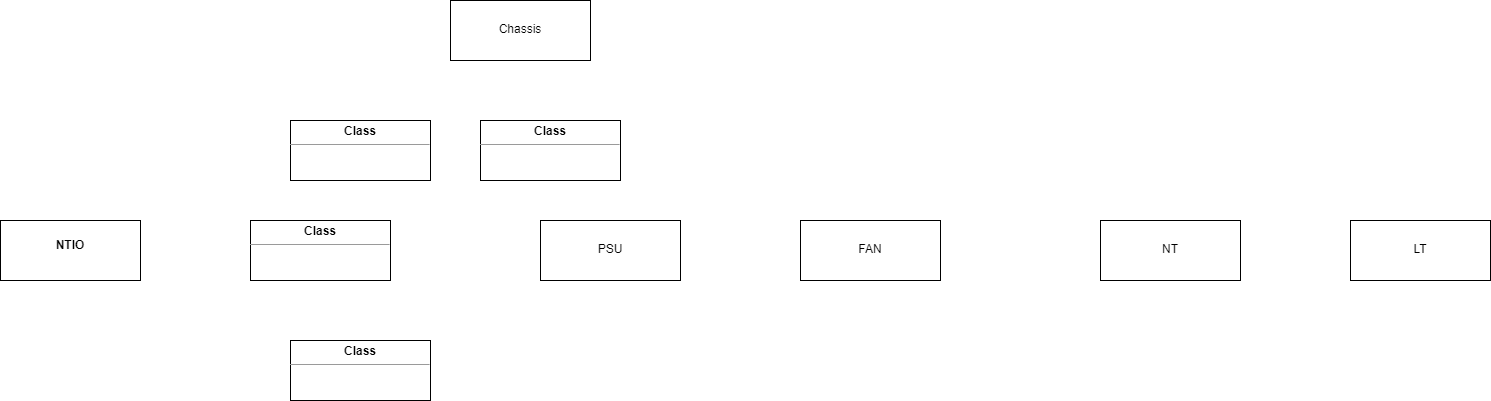
This is UML/eqpt.png from Steve888888/FN-Redundancy, a draw.io export, as it was before one commit. Source tidied: cells renumbered, new cells last; positions are measured from the earlier drawing's top-left corner, leaving out a move shared by most shapes.
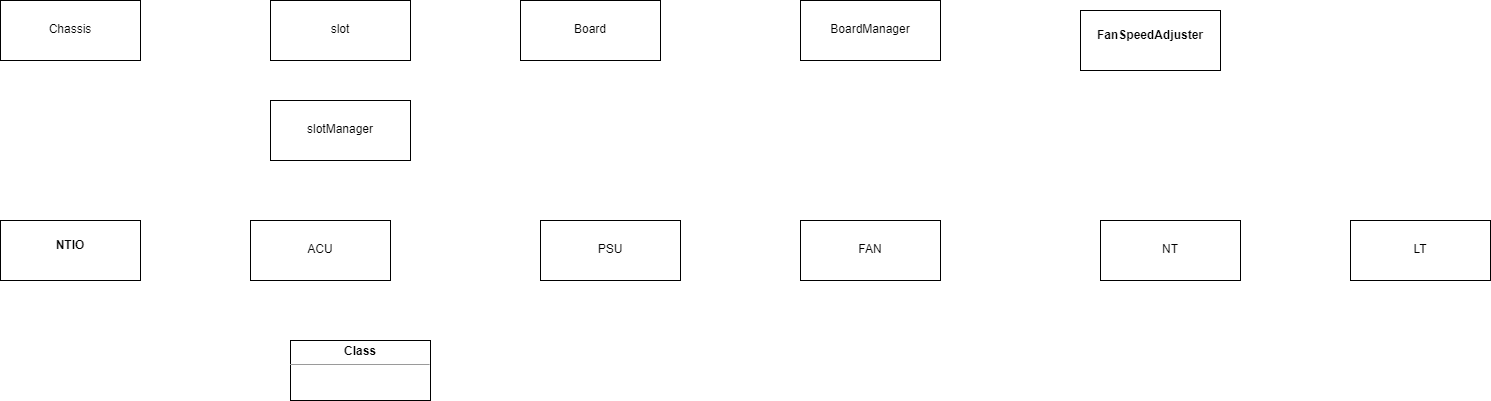
The same file after the commit.

Diff of the diagram source:
```diff
@@ -6,17 +6,20 @@
       <mxGeometry y="220" width="140" height="60" as="geometry" />
     </mxCell>
     <mxCell id="3" value="&lt;p style=&quot;margin: 0px ; margin-top: 4px ; text-align: center&quot;&gt;&lt;br&gt;&lt;/p&gt;&lt;p style=&quot;margin: 0px ; margin-top: 4px ; text-align: center&quot;&gt;Chassis&lt;/p&gt;" style="verticalAlign=top;align=left;overflow=fill;fontSize=12;fontFamily=Helvetica;html=1;" parent="1" vertex="1">
-      <mxGeometry x="450" width="140" height="60" as="geometry" />
+      <mxGeometry width="140" height="60" as="geometry" />
     </mxCell>
-    <mxCell id="4" value="&lt;p style=&quot;margin:0px;margin-top:4px;text-align:center;&quot;&gt;&lt;b&gt;Class&lt;/b&gt;&lt;/p&gt;&lt;hr size=&quot;1&quot;/&gt;&lt;div style=&quot;height:2px;&quot;&gt;&lt;/div&gt;" style="verticalAlign=top;align=left;overflow=fill;fontSize=12;fontFamily=Helvetica;html=1;" parent="1" vertex="1">
-      <mxGeometry x="290" y="120" width="140" height="60" as="geometry" />
+    <mxCell id="4" value="&lt;p style=&quot;margin: 0px ; margin-top: 4px ; text-align: center&quot;&gt;&lt;br&gt;&lt;/p&gt;&lt;p style=&quot;margin: 0px ; margin-top: 4px ; text-align: center&quot;&gt;slot&lt;/p&gt;" style="verticalAlign=top;align=left;overflow=fill;fontSize=12;fontFamily=Helvetica;html=1;" parent="1" vertex="1">
+      <mxGeometry x="270" width="140" height="60" as="geometry" />
     </mxCell>
-    <mxCell id="5" value="&lt;p style=&quot;margin:0px;margin-top:4px;text-align:center;&quot;&gt;&lt;b&gt;Class&lt;/b&gt;&lt;/p&gt;&lt;hr size=&quot;1&quot;/&gt;&lt;div style=&quot;height:2px;&quot;&gt;&lt;/div&gt;" style="verticalAlign=top;align=left;overflow=fill;fontSize=12;fontFamily=Helvetica;html=1;" parent="1" vertex="1">
-      <mxGeometry x="480" y="120" width="140" height="60" as="geometry" />
+    <mxCell id="5" value="&lt;p style=&quot;margin: 0px ; margin-top: 4px ; text-align: center&quot;&gt;&lt;br&gt;&lt;/p&gt;&lt;p style=&quot;margin: 4px 0px 0px ; text-align: center&quot;&gt;Board&lt;/p&gt;&lt;p style=&quot;margin: 4px 0px 0px ; text-align: center&quot;&gt;&lt;br&gt;&lt;/p&gt;" style="verticalAlign=top;align=left;overflow=fill;fontSize=12;fontFamily=Helvetica;html=1;" parent="1" vertex="1">
+      <mxGeometry x="520" width="140" height="60" as="geometry" />
     </mxCell>
-    <mxCell id="6" value="&lt;p style=&quot;margin:0px;margin-top:4px;text-align:center;&quot;&gt;&lt;b&gt;Class&lt;/b&gt;&lt;/p&gt;&lt;hr size=&quot;1&quot;/&gt;&lt;div style=&quot;height:2px;&quot;&gt;&lt;/div&gt;" style="verticalAlign=top;align=left;overflow=fill;fontSize=12;fontFamily=Helvetica;html=1;" parent="1" vertex="1">
+    <mxCell id="6" value="&lt;p style=&quot;margin: 0px ; margin-top: 4px ; text-align: center&quot;&gt;&lt;br&gt;&lt;/p&gt;&lt;p style=&quot;margin: 0px ; margin-top: 4px ; text-align: center&quot;&gt;ACU&lt;/p&gt;" style="verticalAlign=top;align=left;overflow=fill;fontSize=12;fontFamily=Helvetica;html=1;" parent="1" vertex="1">
       <mxGeometry x="250" y="220" width="140" height="60" as="geometry" />
     </mxCell>
+    <mxCell id="12" value="&lt;p style=&quot;margin: 0px ; margin-top: 4px ; text-align: center&quot;&gt;&lt;br&gt;&lt;b&gt;FanSpeedAdjuster&lt;/b&gt;&lt;br&gt;&lt;/p&gt;" style="verticalAlign=top;align=left;overflow=fill;fontSize=12;fontFamily=Helvetica;html=1;" parent="1" vertex="1">
+      <mxGeometry x="1080" y="10" width="140" height="60" as="geometry" />
+    </mxCell>
     <mxCell id="7" value="&lt;p style=&quot;margin:0px;margin-top:4px;text-align:center;&quot;&gt;&lt;b&gt;Class&lt;/b&gt;&lt;/p&gt;&lt;hr size=&quot;1&quot;/&gt;&lt;div style=&quot;height:2px;&quot;&gt;&lt;/div&gt;" style="verticalAlign=top;align=left;overflow=fill;fontSize=12;fontFamily=Helvetica;html=1;" parent="1" vertex="1">
       <mxGeometry x="290" y="340" width="140" height="60" as="geometry" />
     </mxCell>
@@ -32,5 +35,11 @@
     <mxCell id="11" value="&lt;p style=&quot;margin: 0px ; margin-top: 4px ; text-align: center&quot;&gt;&lt;br&gt;&lt;/p&gt;&lt;p style=&quot;margin: 0px ; margin-top: 4px ; text-align: center&quot;&gt;LT&lt;/p&gt;" style="verticalAlign=top;align=left;overflow=fill;fontSize=12;fontFamily=Helvetica;html=1;" parent="1" vertex="1">
       <mxGeometry x="1350" y="220" width="140" height="60" as="geometry" />
     </mxCell>
+    <mxCell id="13" value="&lt;p style=&quot;margin: 0px ; margin-top: 4px ; text-align: center&quot;&gt;&lt;br&gt;&lt;/p&gt;&lt;p style=&quot;margin: 4px 0px 0px ; text-align: center&quot;&gt;BoardManager&lt;/p&gt;&lt;p style=&quot;margin: 4px 0px 0px ; text-align: center&quot;&gt;&lt;br&gt;&lt;/p&gt;" style="verticalAlign=top;align=left;overflow=fill;fontSize=12;fontFamily=Helvetica;html=1;" parent="1" vertex="1">
+      <mxGeometry x="800" width="140" height="60" as="geometry" />
+    </mxCell>
+    <mxCell id="14" value="&lt;p style=&quot;margin: 0px ; margin-top: 4px ; text-align: center&quot;&gt;&lt;br&gt;&lt;/p&gt;&lt;p style=&quot;margin: 0px ; margin-top: 4px ; text-align: center&quot;&gt;slotManager&lt;/p&gt;" style="verticalAlign=top;align=left;overflow=fill;fontSize=12;fontFamily=Helvetica;html=1;" parent="1" vertex="1">
+      <mxGeometry x="270" y="100" width="140" height="60" as="geometry" />
+    </mxCell>
   </root>
 </mxGraphModel>
```
